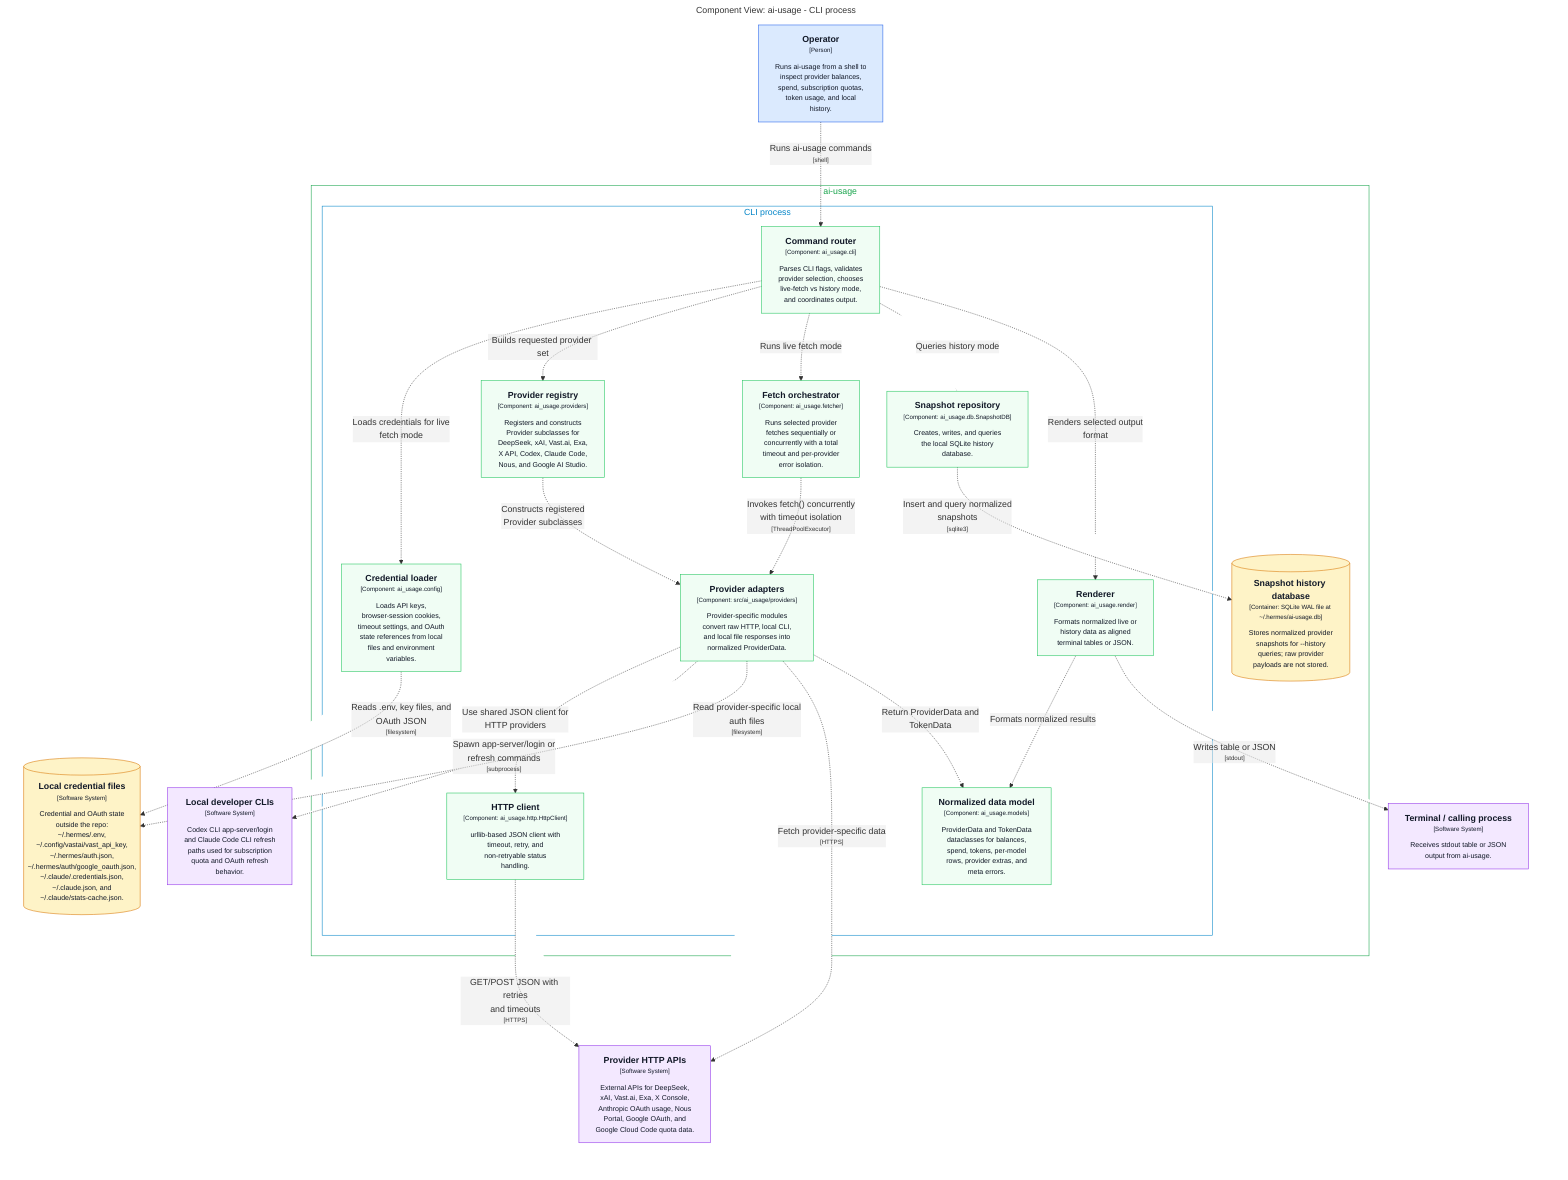
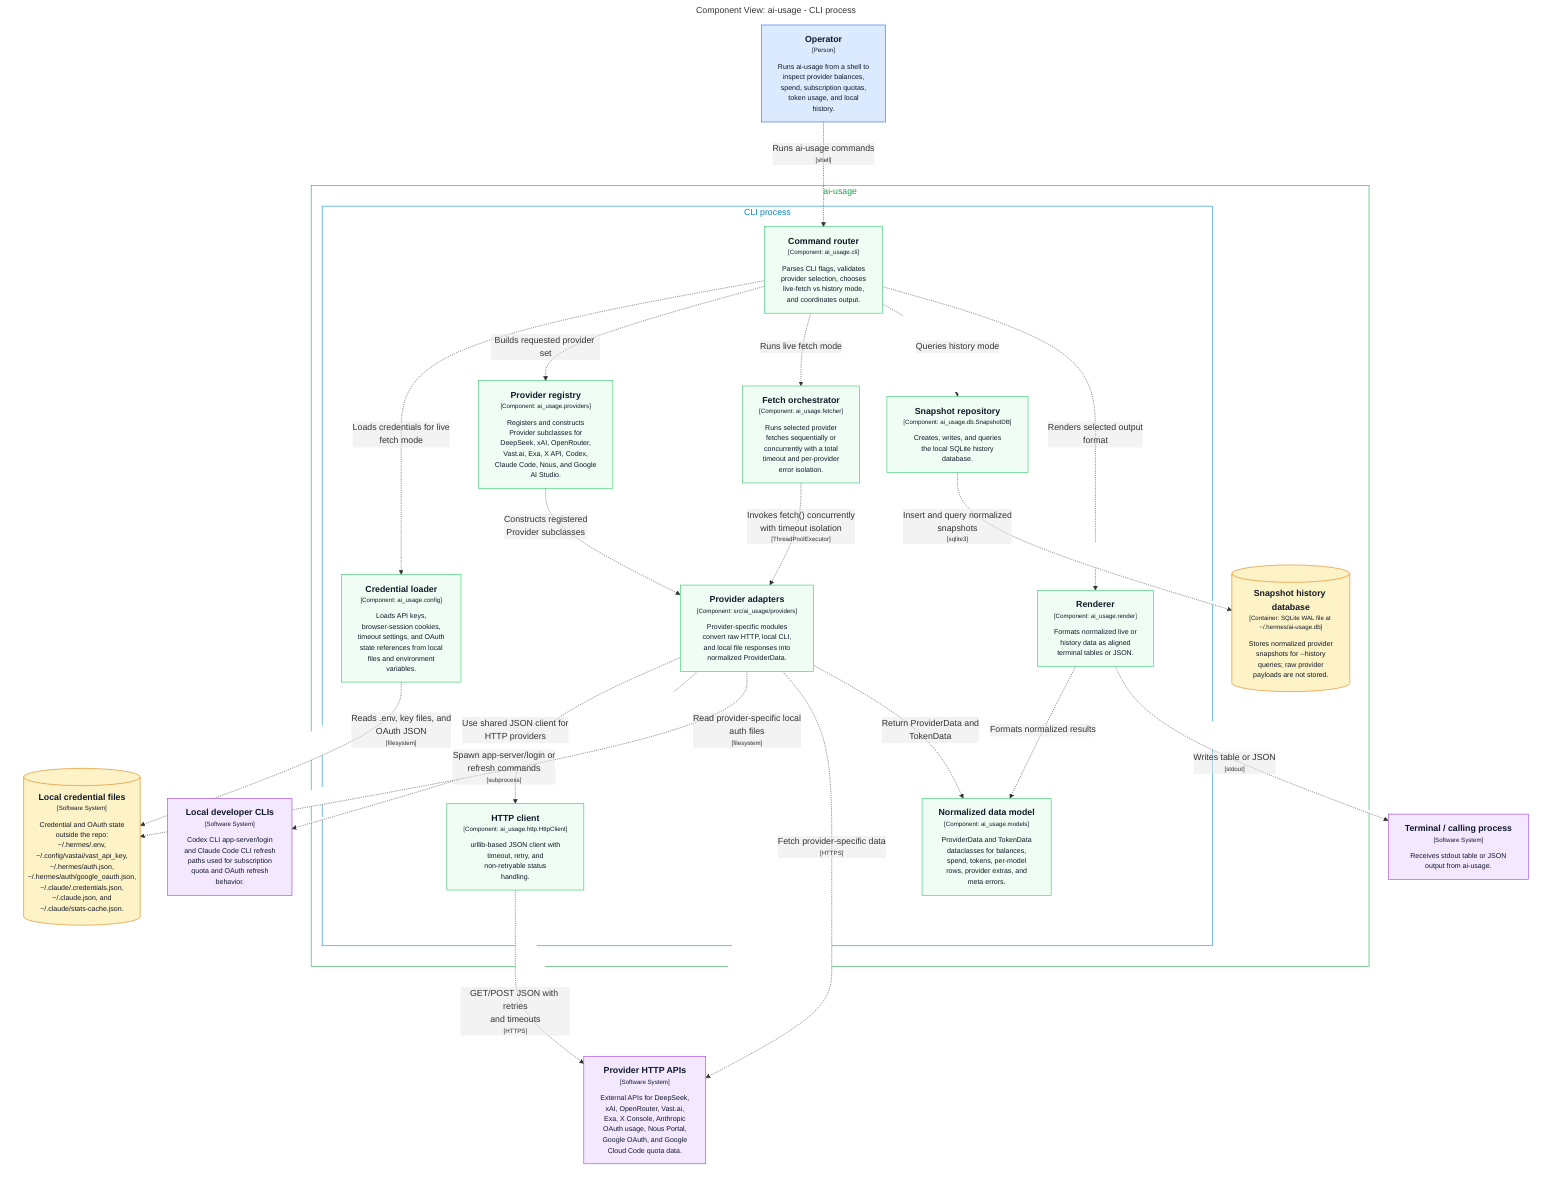
graph LR
  linkStyle default fill:#ffffff

  subgraph diagram ["Component View: ai-usage - CLI process"]
    style diagram fill:#ffffff,stroke:#ffffff

    1["<div style='font-weight: bold'>Operator</div><div style='font-size: 70%; margin-top: 0px'>[Person]</div><div style='font-size: 80%; margin-top:10px'>Runs ai-usage from a shell to<br />inspect provider balances,<br />spend, subscription quotas,<br />token usage, and local<br />history.</div>"]
    style 1 fill:#dbeafe,stroke:#2563eb,color:#111827

    14[("<div style='font-weight: bold'>Local credential files</div><div style='font-size: 70%; margin-top: 0px'>[Software System]</div><div style='font-size: 80%; margin-top:10px'>Credential and OAuth state<br />outside the repo:<br />~/.hermes/.env,<br />~/.config/vastai/vast_api_key,<br />~/.hermes/auth.json,<br />~/.hermes/auth/google_oauth.json,<br />~/.claude/.credentials.json,<br />~/.claude.json, and<br />~/.claude/stats-cache.json.</div>")]
    style 14 fill:#fef3c7,stroke:#d97706,color:#111827
    15["<div style='font-weight: bold'>Local developer CLIs</div><div style='font-size: 70%; margin-top: 0px'>[Software System]</div><div style='font-size: 80%; margin-top:10px'>Codex CLI app-server/login<br />and Claude Code CLI refresh<br />paths used for subscription<br />quota and OAuth refresh<br />behavior.</div>"]
    style 15 fill:#f3e8ff,stroke:#9333ea,color:#111827
-     16["<div style='font-weight: bold'>Provider HTTP APIs</div><div style='font-size: 70%; margin-top: 0px'>[Software System]</div><div style='font-size: 80%; margin-top:10px'>External APIs for DeepSeek,<br />xAI, Vast.ai, Exa, X Console,<br />Anthropic OAuth usage, Nous<br />Portal, Google OAuth, and<br />Google Cloud Code quota data.</div>"]
+     16["<div style='font-weight: bold'>Provider HTTP APIs</div><div style='font-size: 70%; margin-top: 0px'>[Software System]</div><div style='font-size: 80%; margin-top:10px'>External APIs for DeepSeek,<br />xAI, OpenRouter, Vast.ai,<br />Exa, X Console, Anthropic<br />OAuth usage, Nous Portal,<br />Google OAuth, and Google<br />Cloud Code quota data.</div>"]
    style 16 fill:#f3e8ff,stroke:#9333ea,color:#111827
    17["<div style='font-weight: bold'>Terminal / calling process</div><div style='font-size: 70%; margin-top: 0px'>[Software System]</div><div style='font-size: 80%; margin-top:10px'>Receives stdout table or JSON<br />output from ai-usage.</div>"]
    style 17 fill:#f3e8ff,stroke:#9333ea,color:#111827

    subgraph 2 ["ai-usage"]
      style 2 fill:#ffffff,stroke:#16a34a,color:#16a34a

      subgraph 3 ["CLI process"]
        style 3 fill:#ffffff,stroke:#0284c7,color:#0284c7

        10["<div style='font-weight: bold'>Normalized data model</div><div style='font-size: 70%; margin-top: 0px'>[Component: ai_usage.models]</div><div style='font-size: 80%; margin-top:10px'>ProviderData and TokenData<br />dataclasses for balances,<br />spend, tokens, per-model<br />rows, provider extras, and<br />meta errors.</div>"]
        style 10 fill:#f0fdf4,stroke:#22c55e,color:#111827
        11["<div style='font-weight: bold'>Snapshot repository</div><div style='font-size: 70%; margin-top: 0px'>[Component: ai_usage.db.SnapshotDB]</div><div style='font-size: 80%; margin-top:10px'>Creates, writes, and queries<br />the local SQLite history<br />database.</div>"]
        style 11 fill:#f0fdf4,stroke:#22c55e,color:#111827
        12["<div style='font-weight: bold'>Renderer</div><div style='font-size: 70%; margin-top: 0px'>[Component: ai_usage.render]</div><div style='font-size: 80%; margin-top:10px'>Formats normalized live or<br />history data as aligned<br />terminal tables or JSON.</div>"]
        style 12 fill:#f0fdf4,stroke:#22c55e,color:#111827
        4["<div style='font-weight: bold'>Command router</div><div style='font-size: 70%; margin-top: 0px'>[Component: ai_usage.cli]</div><div style='font-size: 80%; margin-top:10px'>Parses CLI flags, validates<br />provider selection, chooses<br />live-fetch vs history mode,<br />and coordinates output.</div>"]
        style 4 fill:#f0fdf4,stroke:#22c55e,color:#111827
        5["<div style='font-weight: bold'>Credential loader</div><div style='font-size: 70%; margin-top: 0px'>[Component: ai_usage.config]</div><div style='font-size: 80%; margin-top:10px'>Loads API keys,<br />browser-session cookies,<br />timeout settings, and OAuth<br />state references from local<br />files and environment<br />variables.</div>"]
        style 5 fill:#f0fdf4,stroke:#22c55e,color:#111827
-         6["<div style='font-weight: bold'>Provider registry</div><div style='font-size: 70%; margin-top: 0px'>[Component: ai_usage.providers]</div><div style='font-size: 80%; margin-top:10px'>Registers and constructs<br />Provider subclasses for<br />DeepSeek, xAI, Vast.ai, Exa,<br />X API, Codex, Claude Code,<br />Nous, and Google AI Studio.</div>"]
+         6["<div style='font-weight: bold'>Provider registry</div><div style='font-size: 70%; margin-top: 0px'>[Component: ai_usage.providers]</div><div style='font-size: 80%; margin-top:10px'>Registers and constructs<br />Provider subclasses for<br />DeepSeek, xAI, OpenRouter,<br />Vast.ai, Exa, X API, Codex,<br />Claude Code, Nous, and Google<br />AI Studio.</div>"]
        style 6 fill:#f0fdf4,stroke:#22c55e,color:#111827
        7["<div style='font-weight: bold'>Fetch orchestrator</div><div style='font-size: 70%; margin-top: 0px'>[Component: ai_usage.fetcher]</div><div style='font-size: 80%; margin-top:10px'>Runs selected provider<br />fetches sequentially or<br />concurrently with a total<br />timeout and per-provider<br />error isolation.</div>"]
        style 7 fill:#f0fdf4,stroke:#22c55e,color:#111827
        8["<div style='font-weight: bold'>Provider adapters</div><div style='font-size: 70%; margin-top: 0px'>[Component: src/ai_usage/providers]</div><div style='font-size: 80%; margin-top:10px'>Provider-specific modules<br />convert raw HTTP, local CLI,<br />and local file responses into<br />normalized ProviderData.</div>"]
        style 8 fill:#f0fdf4,stroke:#22c55e,color:#111827
        9["<div style='font-weight: bold'>HTTP client</div><div style='font-size: 70%; margin-top: 0px'>[Component: ai_usage.http.HttpClient]</div><div style='font-size: 80%; margin-top:10px'>urllib-based JSON client with<br />timeout, retry, and<br />non-retryable status<br />handling.</div>"]
        style 9 fill:#f0fdf4,stroke:#22c55e,color:#111827
      end

      13[("<div style='font-weight: bold'>Snapshot history database</div><div style='font-size: 70%; margin-top: 0px'>[Container: SQLite WAL file at ~/.hermes/ai-usage.db]</div><div style='font-size: 80%; margin-top:10px'>Stores normalized provider<br />snapshots for --history<br />queries; raw provider<br />payloads are not stored.</div>")]
      style 13 fill:#fef3c7,stroke:#d97706,color:#111827
    end

    1-. "<div>Runs ai-usage commands</div><div style='font-size: 70%'>[shell]</div>" .->4
    4-. "<div>Loads credentials for live<br />fetch mode</div><div style='font-size: 70%'></div>" .->5
    4-. "<div>Builds requested provider set</div><div style='font-size: 70%'></div>" .->6
    4-. "<div>Runs live fetch mode</div><div style='font-size: 70%'></div>" .->7
    4-. "<div>Queries history mode</div><div style='font-size: 70%'></div>" .->11
    4-. "<div>Renders selected output<br />format</div><div style='font-size: 70%'></div>" .->12
    5-. "<div>Reads .env, key files, and<br />OAuth JSON</div><div style='font-size: 70%'>[filesystem]</div>" .->14
    6-. "<div>Constructs registered<br />Provider subclasses</div><div style='font-size: 70%'></div>" .->8
    7-. "<div>Invokes fetch() concurrently<br />with timeout isolation</div><div style='font-size: 70%'>[ThreadPoolExecutor]</div>" .->8
    8-. "<div>Use shared JSON client for<br />HTTP providers</div><div style='font-size: 70%'></div>" .->9
    8-. "<div>Spawn app-server/login or<br />refresh commands</div><div style='font-size: 70%'>[subprocess]</div>" .->15
    8-. "<div>Read provider-specific local<br />auth files</div><div style='font-size: 70%'>[filesystem]</div>" .->14
    8-. "<div>Fetch provider-specific data</div><div style='font-size: 70%'>[HTTPS]</div>" .->16
    8-. "<div>Return ProviderData and<br />TokenData</div><div style='font-size: 70%'></div>" .->10
    9-. "<div>GET/POST JSON with retries<br />and timeouts</div><div style='font-size: 70%'>[HTTPS]</div>" .->16
    11-. "<div>Insert and query normalized<br />snapshots</div><div style='font-size: 70%'>[sqlite3]</div>" .->13
    12-. "<div>Formats normalized results</div><div style='font-size: 70%'></div>" .->10
    12-. "<div>Writes table or JSON</div><div style='font-size: 70%'>[stdout]</div>" .->17

  end